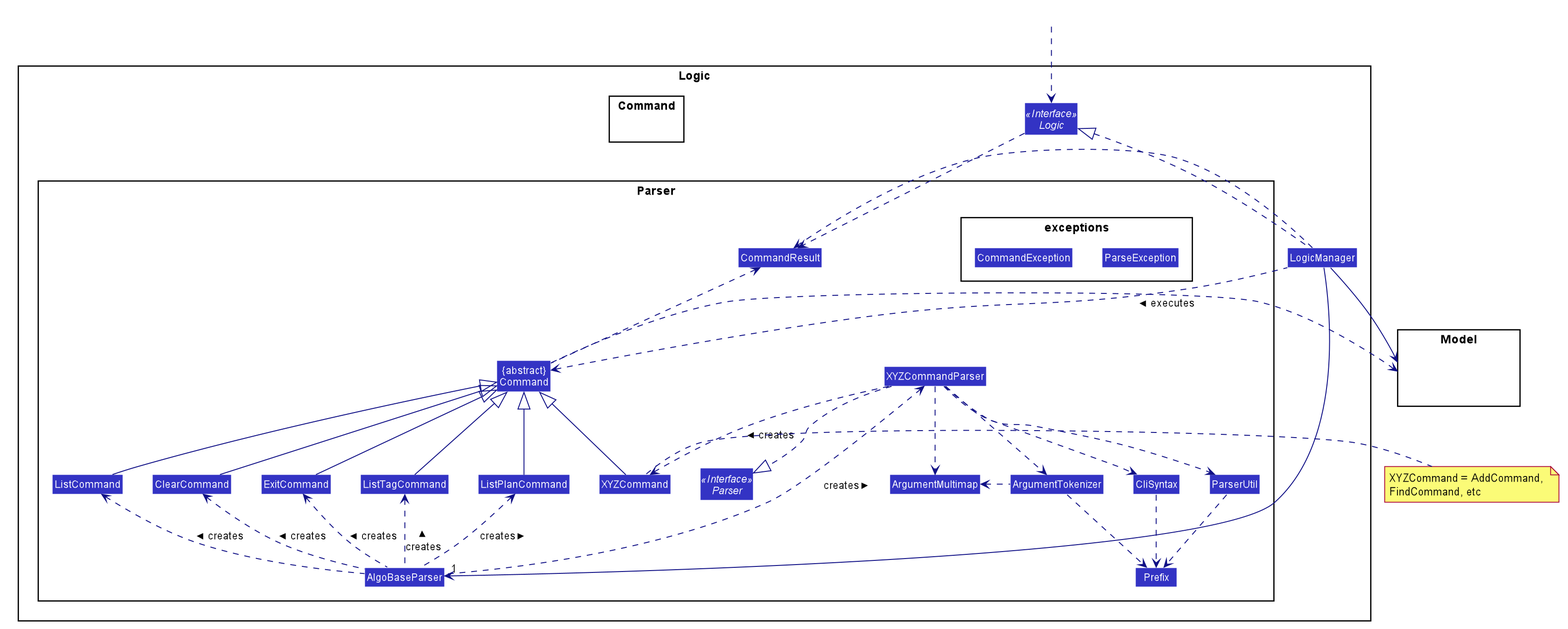
Earlier version of the PlantUML export docs/images/LogicClassDiagram.png (nus-cs2103-AY1920S1/addressbook-level3).
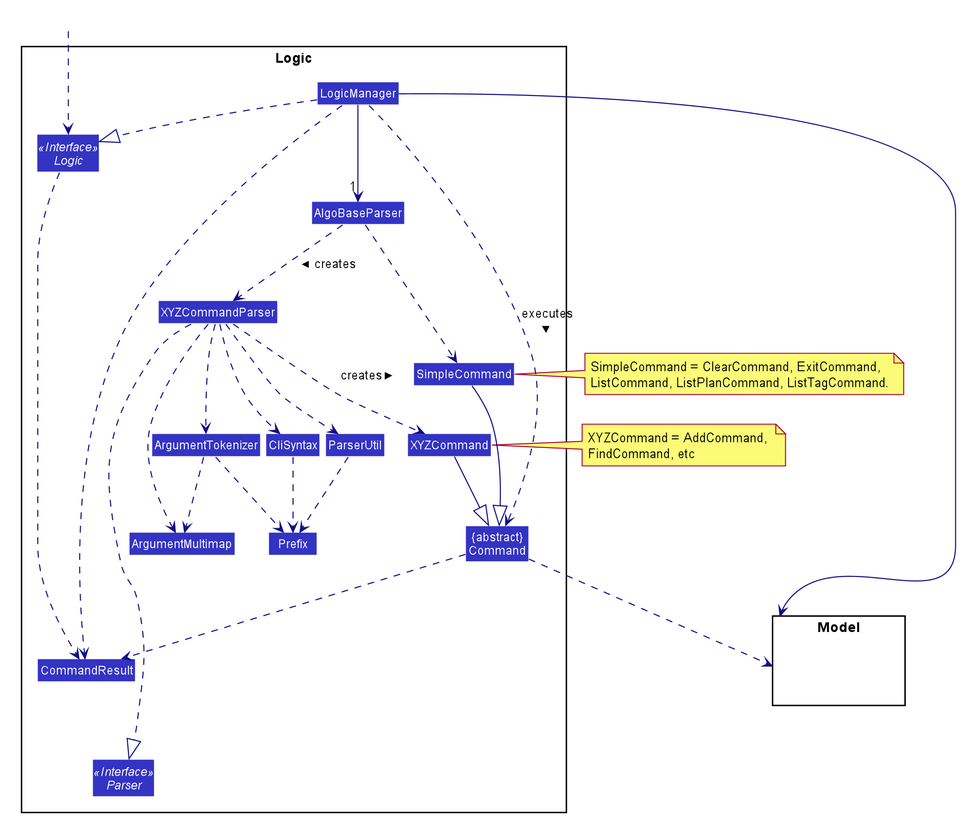
The same file after the commit.

Commit message:
Update model diagrams

What changed in the source:
```diff
@@ -1,4 +1,5 @@
 @startuml
+
 
 
 
@@ -51,79 +52,57 @@
 skinparam arrowColor #101086
 skinparam classBackgroundColor #3333C4
 
-package Logic {
-
-package Parser {
-package exceptions {
-Class ParseException
-}
-Interface Parser <<Interface>>
-Class AlgoBaseParser
-Class XYZCommandParser
-Class CliSyntax
-Class ParserUtil
-Class ArgumentMultimap
-Class ArgumentTokenizer
-Class Prefix
-}
-
-package Command {
-package exceptions {
-Class CommandException
-}
-Class XYZCommand
-Class ClearCommand
-Class ListCommand
-Class ListPlanCommand
-Class ListTagCommand
-Class ExitCommand
-Class CommandResult
-Class "{abstract}\nCommand" as Command
-}
-
-Interface Logic <<Interface>>
-Class LogicManager
-}
-
 package Model{
 Class HiddenModel #FFFFFF
 }
 
+package Logic {
+
+    Class XYZCommand
+    Class SimpleCommand
+    Class CommandResult
+    Class "{abstract}\nCommand" as Command
+
+    Interface Parser <<Interface>>
+    Class AlgoBaseParser
+    Class XYZCommandParser
+    Class CliSyntax
+    Class ParserUtil
+    Class ArgumentMultimap
+    Class ArgumentTokenizer
+    Class Prefix
+
+    Interface Logic <<Interface>>
+    Class LogicManager
+}
+
 Class HiddenOutside #FFFFFF
-HiddenOutside ..> Logic
+HiddenOutside .down.> Logic
 
-LogicManager .up.|> Logic
-LogicManager -->"1" AlgoBaseParser
-AlgoBaseParser .left.> XYZCommandParser: creates >
+LogicManager .right.|> Logic
+LogicManager -down->"1" AlgoBaseParser
+AlgoBaseParser ..> XYZCommandParser: creates >
 XYZCommandParser ..> XYZCommand : creates >
 XYZCommandParser ..|> Parser
 XYZCommandParser ..> ArgumentMultimap
 XYZCommandParser ..> ArgumentTokenizer
-ArgumentTokenizer .left.> ArgumentMultimap
+ArgumentTokenizer ..> ArgumentMultimap
 XYZCommandParser ..> CliSyntax
 CliSyntax ..> Prefix
 XYZCommandParser ..> ParserUtil
-ParserUtil .down.> Prefix
-ArgumentTokenizer .down.> Prefix
-XYZCommand -up-|> Command
-AlgoBaseParser .up.> ClearCommand: creates >
-AlgoBaseParser .up.> ListCommand: creates >
-AlgoBaseParser .up.> ListPlanCommand: creates >
-AlgoBaseParser .up.> ListTagCommand: creates >
-AlgoBaseParser .up.> ExitCommand: creates >
-ClearCommand -up-|> Command
-ListCommand -up-|> Command
-ListPlanCommand -up-|> Command
-ListTagCommand -up-|> Command
-ExitCommand -up-|> Command
-LogicManager .left.> Command : executes >
+ParserUtil ..> Prefix
+ArgumentTokenizer ..> Prefix
+XYZCommand --|> Command
+AlgoBaseParser ..> SimpleCommand
+SimpleCommand --|> Command
+LogicManager ..> Command : executes >
 
 LogicManager --> Model
-Command .right.> Model
-note right of XYZCommand: XYZCommand = AddCommand, \nFindCommand, etc
-
+Command ..> Model
+note left of XYZCommand: XYZCommand = AddCommand, \nFindCommand, etc
+note left of SimpleCommand: SimpleCommand = ClearCommand, ExitCommand, \nListCommand, ListPlanCommand, ListTagCommand.
 Logic ..> CommandResult
-LogicManager .down.> CommandResult
-Command .up.> CommandResult
+LogicManager ..> CommandResult
+Command ..> CommandResult
 CommandResult -[hidden]-> Parser
 @enduml
```
